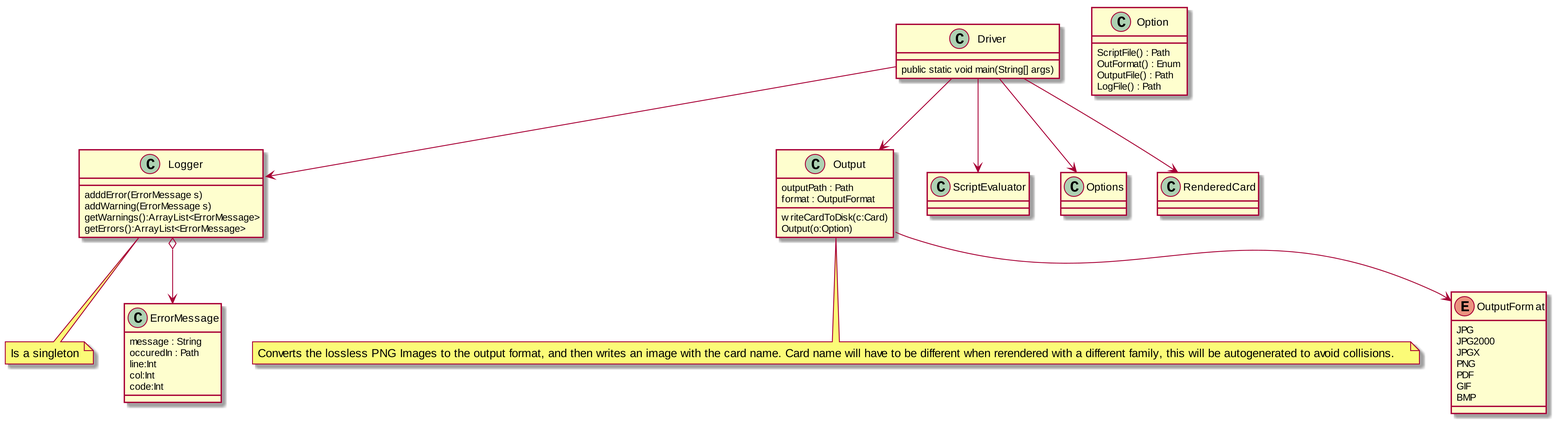
Before: Structure_UML/DriverUML.png, a diagram exported from PlantUML (MatthewBregg/DesignPatternsRepo). Its diagram source:
```plantuml
@startuml
skinparam dpi 300

class Logger
Logger : adddError(ErrorMessage s)
Logger : addWarning(ErrorMessage s)
Logger : getWarnings():ArrayList<ErrorMessage>
Logger : getErrors():ArrayList<ErrorMessage>

note bottom : Is a singleton


class ErrorMessage
ErrorMessage : message : String
ErrorMessage : occuredIn : Path
ErrorMessage : line:Int
ErrorMessage : col:Int
ErrorMessage : code:Int

Logger o--> ErrorMessage

class Option
Option : ScriptFile() : Path
Option : OutFormat() : Enum
Option : OutputFile() : Path
Option : LogFile() : Path

class Output
Output : outputPath : Path
Output : format : OutputFormat
Output : writeCardToDisk(c:Card)
Output : Output(o:Option)
note bottom : Converts the lossless PNG Images to the output format, and then writes an image with the card name. Card name will have to be different when rerendered with a different family, this will be autogenerated to avoid collisions.


enum OutputFormat {
  JPG
  JPG2000
  JPGX
  PNG
  PDF
  GIF
  BMP
}

class Driver
Driver : public static void main(String[] args)

Output --> OutputFormat

Driver --> Output
Driver --> ScriptEvaluator
Driver --> Options
Driver --> Logger
Driver --> RenderedCard




@enduml
```
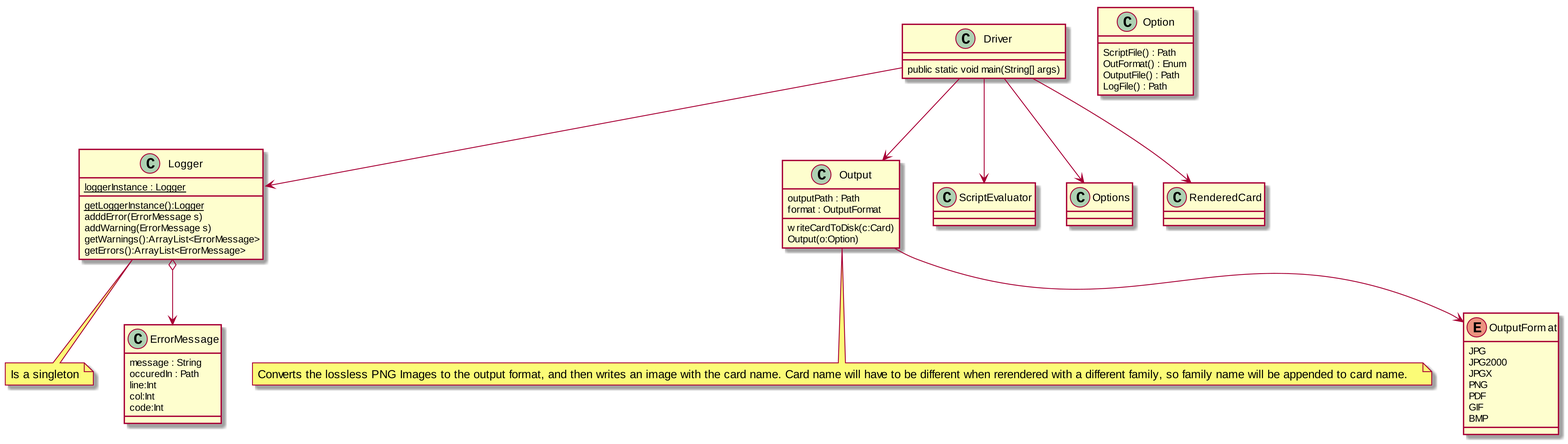
The same diagram one commit later.

What changed in the source:
```diff
@@ -2,6 +2,8 @@
 skinparam dpi 300
 
 class Logger
+Logger : {static} loggerInstance : Logger
+Logger : {static} getLoggerInstance():Logger
 Logger : adddError(ErrorMessage s)
 Logger : addWarning(ErrorMessage s)
 Logger : getWarnings():ArrayList<ErrorMessage>
@@ -30,7 +32,7 @@
 Output : format : OutputFormat
 Output : writeCardToDisk(c:Card)
 Output : Output(o:Option)
-note bottom : Converts the lossless PNG Images to the output format, and then writes an image with the card name. Card name will have to be different when rerendered with a different family, this will be autogenerated to avoid collisions.
+note bottom : Converts the lossless PNG Images to the output format, and then writes an image with the card name. Card name will have to be different when rerendered with a different family, so family name will be appended to card name.
 
 
 enum OutputFormat {
```
